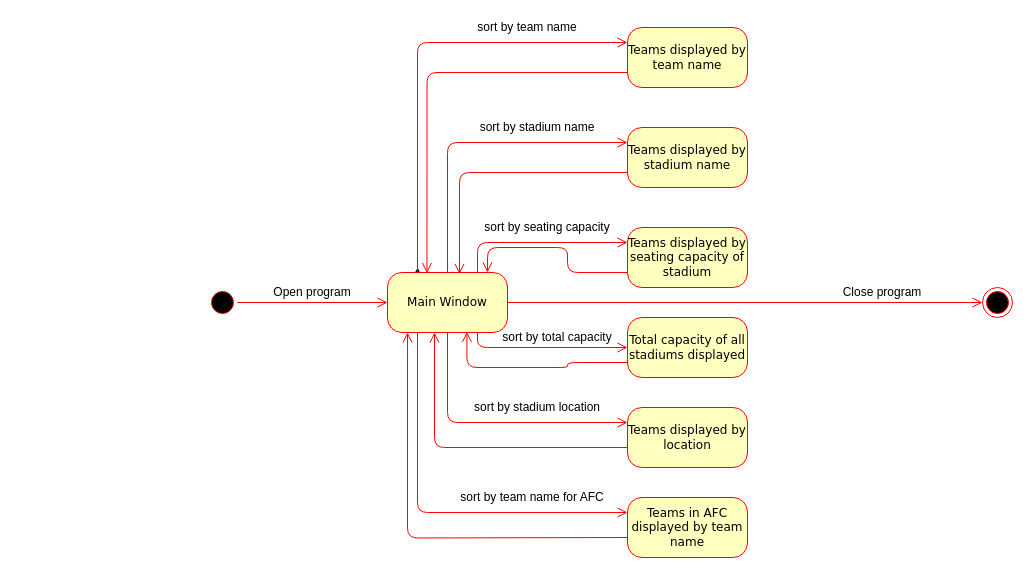
Before: Project 1 State Diagram 1.drawio in phortyteaux/CS1C-Project-One, a draw.io diagram. Source tidied: cells renumbered, new cells numbered last; positions are measured from the earlier drawing's top-left corner, leaving out a move shared by most shapes. Both pictures are drawn from the tidied source at 100%, with x=0, y=0 at pixel (207, 17).
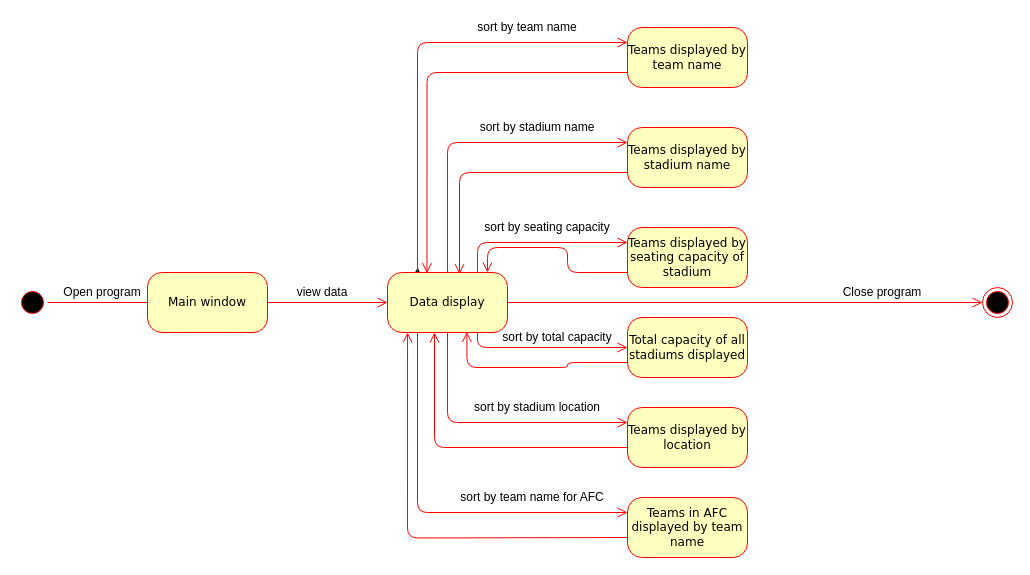
The same page after the edit.

Commit message (it also covers changes not shown here):
state diagram average user

What changed in the source:
```diff
@@
     <mxCell id="2" style="ellipse;html=1;shape=startState;fillColor=#000000;strokeColor=#ff0000;rounded=1;shadow=0;comic=0;labelBackgroundColor=none;fontFamily=Verdana;fontSize=12;fontColor=#000000;align=center;direction=south;" parent="1" vertex="1">
-      <mxGeometry y="270" width="30" height="30" as="geometry" />
+      <mxGeometry x="-190" y="270" width="30" height="30" as="geometry" />
     </mxCell>
@@
-    <mxCell id="4" value="&lt;div&gt;Main Window&lt;/div&gt;" style="rounded=1;whiteSpace=wrap;html=1;arcSize=24;fillColor=#ffffc0;strokeColor=#ff0000;shadow=0;comic=0;labelBackgroundColor=none;fontFamily=Verdana;fontSize=12;fontColor=#000000;align=center;" parent="1" vertex="1">
+    <mxCell id="4" value="Data display" style="rounded=1;whiteSpace=wrap;html=1;arcSize=24;fillColor=#ffffc0;strokeColor=#ff0000;shadow=0;comic=0;labelBackgroundColor=none;fontFamily=Verdana;fontSize=12;fontColor=#000000;align=center;" parent="1" vertex="1">
       <mxGeometry x="180" y="255" width="120" height="60" as="geometry" />
     </mxCell>
-    <mxCell id="5" style="edgeStyle=orthogonalEdgeStyle;html=1;labelBackgroundColor=none;endArrow=open;endSize=8;strokeColor=#ff0000;fontFamily=Verdana;fontSize=12;align=left;" parent="1" edge="1" source="2" target="4">
-      <mxGeometry relative="1" as="geometry" />
+    <mxCell id="5" style="edgeStyle=orthogonalEdgeStyle;html=1;labelBackgroundColor=none;endArrow=open;endSize=8;strokeColor=#ff0000;fontFamily=Verdana;fontSize=12;align=left;" parent="1" edge="1" source="2">
+      <mxGeometry relative="1" as="geometry">
+        <mxPoint x="-20" y="285" as="targetPoint" />
+      </mxGeometry>
     </mxCell>
@@
     <mxCell id="7" value="Open program" style="text;html=1;strokeColor=none;fillColor=none;align=center;verticalAlign=middle;whiteSpace=wrap;rounded=0;" parent="1" vertex="1">
-      <mxGeometry x="60" y="265" width="90" height="20" as="geometry" />
+      <mxGeometry x="-150" y="265" width="90" height="20" as="geometry" />
     </mxCell>
@@
+    <mxCell id="34" value="Main window" style="rounded=1;whiteSpace=wrap;html=1;arcSize=24;fillColor=#ffffc0;strokeColor=#ff0000;shadow=0;comic=0;labelBackgroundColor=none;fontFamily=Verdana;fontSize=12;fontColor=#000000;align=center;" parent="1" vertex="1">
+      <mxGeometry x="-60" y="255" width="120" height="60" as="geometry" />
+    </mxCell>
+    <mxCell id="35" style="edgeStyle=orthogonalEdgeStyle;html=1;labelBackgroundColor=none;endArrow=open;endSize=8;strokeColor=#ff0000;fontFamily=Verdana;fontSize=12;align=left;exitX=1;exitY=0.5;exitDx=0;exitDy=0;entryX=0;entryY=0.5;entryDx=0;entryDy=0;" parent="1" edge="1" source="34" target="4">
+      <mxGeometry relative="1" as="geometry" />
+    </mxCell>
+    <mxCell id="36" value="view data" style="text;html=1;strokeColor=none;fillColor=none;align=center;verticalAlign=middle;whiteSpace=wrap;rounded=0;" parent="1" vertex="1">
+      <mxGeometry x="70" y="265" width="90" height="20" as="geometry" />
+    </mxCell>
```
